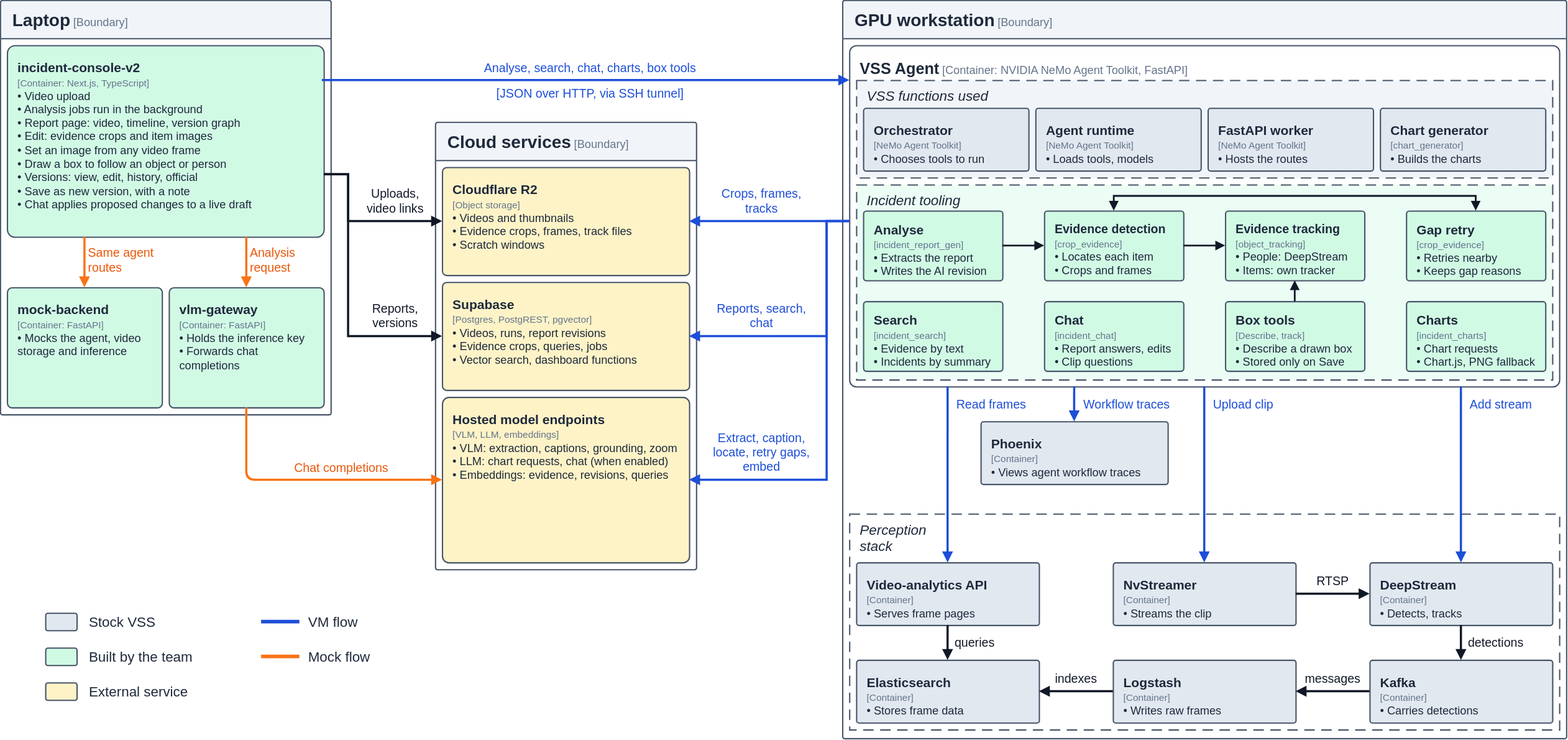
Danwidj/video-search-and-summarization keeps this draw.io diagram as deploy/docker/developer-profiles/dev-profile-incident/.docs/figures/figure-2-containers.drawio.svg. Above is the earlier version. Source tidied: cells renumbered, new cells last; positions are measured from the earlier drawing's top-left corner, leaving out a move shared by most shapes.
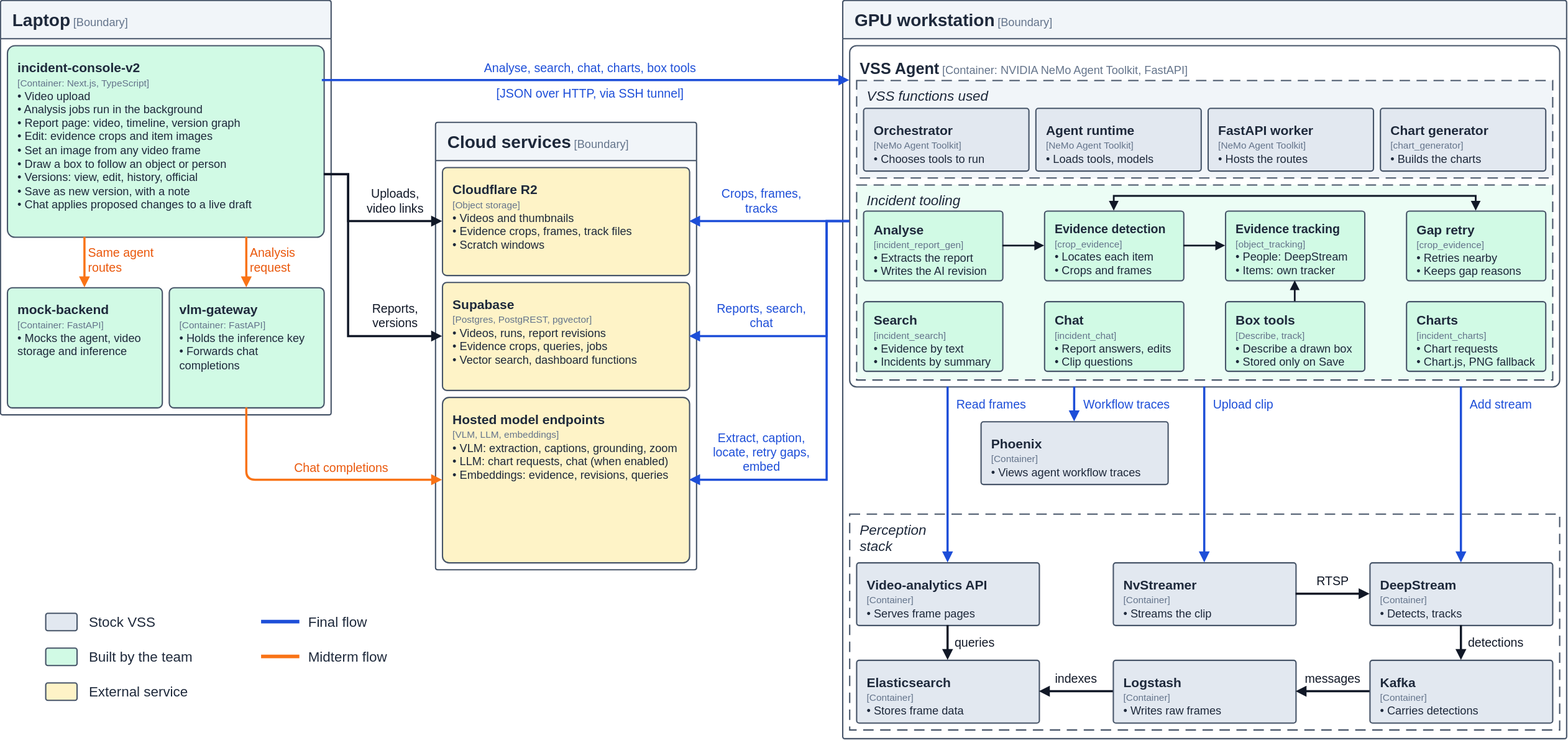
Above is the later version.

Diff of the diagram source:
```diff
@@ -254,13 +254,13 @@
     <mxCell id="75" style="shape=line;html=1;strokeColor=#1D4ED8;strokeWidth=4;" parent="1" vertex="1">
       <mxGeometry x="300" y="709" width="44" height="10" as="geometry" />
     </mxCell>
-    <mxCell id="76" value="VM flow" style="text;html=1;align=left;verticalAlign=middle;fontSize=16;fontColor=#1E293B;fontFamily=Helvetica;" parent="1" vertex="1">
+    <mxCell id="76" value="Final flow" style="text;html=1;align=left;verticalAlign=middle;fontSize=16;fontColor=#1E293B;fontFamily=Helvetica;" parent="1" vertex="1">
       <mxGeometry x="352" y="700" width="80" height="28" as="geometry" />
     </mxCell>
     <mxCell id="77" style="shape=line;html=1;strokeColor=#F97316;strokeWidth=4;" parent="1" vertex="1">
       <mxGeometry x="300" y="749" width="44" height="10" as="geometry" />
     </mxCell>
-    <mxCell id="78" value="Mock flow" style="text;html=1;align=left;verticalAlign=middle;fontSize=16;fontColor=#1E293B;fontFamily=Helvetica;" parent="1" vertex="1">
+    <mxCell id="78" value="Midterm flow" style="text;html=1;align=left;verticalAlign=middle;fontSize=16;fontColor=#1E293B;fontFamily=Helvetica;" parent="1" vertex="1">
       <mxGeometry x="352" y="740" width="90" height="28" as="geometry" />
     </mxCell>
     <mxCell id="79" style="rounded=1;arcSize=12;html=1;fillColor=#E2E8F0;strokeColor=#475569;strokeWidth=1.5;" parent="1" vertex="1">
```
